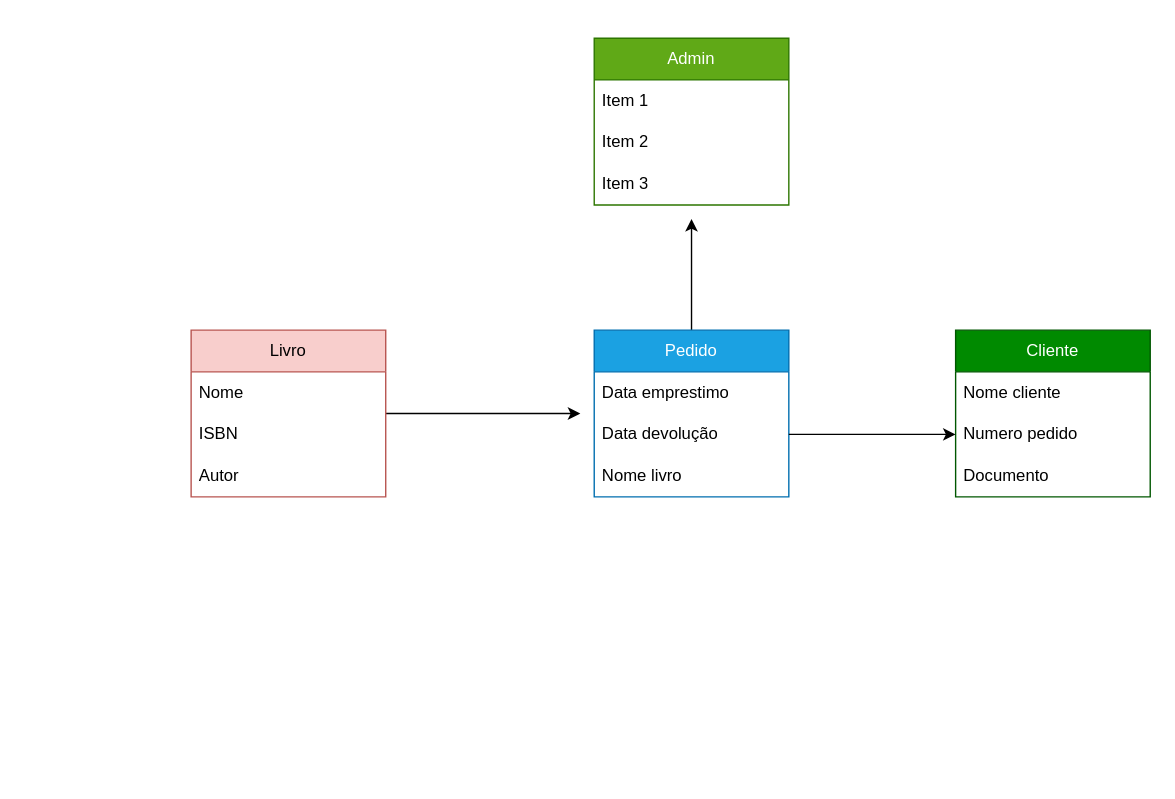
Before: UML-ANHANGUERA.drawio in perseul/draw.io, a draw.io diagram. Source tidied: cells renumbered, new cells numbered last; positions are measured from the earlier drawing's top-left corner, leaving out a move shared by most shapes. Both pictures are drawn from the tidied source at 139%, with x=0, y=0 at pixel (190, 38).
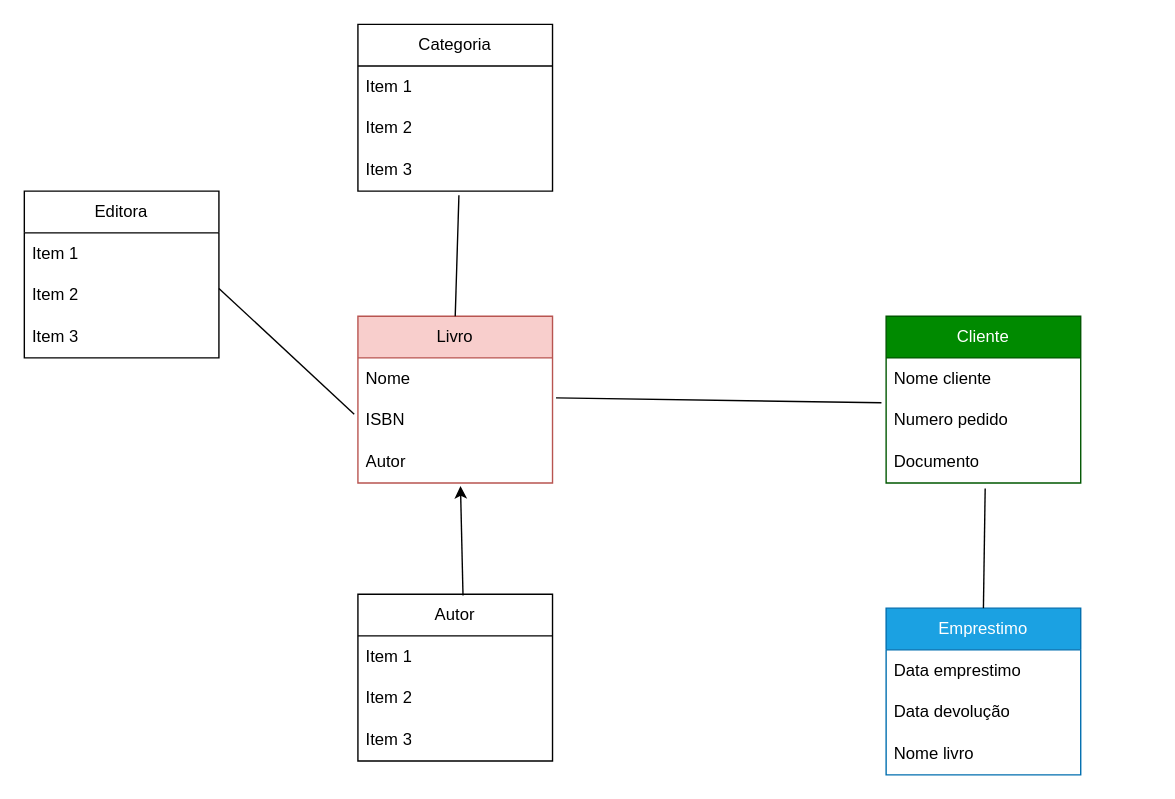
Above is the later version.

Unchanged cells that the change refers to:
```xml
<mxCell id="5" value="ISBN" style="text;strokeColor=none;fillColor=none;align=left;verticalAlign=middle;spacingLeft=4;spacingRight=4;overflow=hidden;points=[[0,0.5],[1,0.5]];portConstraint=eastwest;whiteSpace=wrap;html=1;" parent="3" vertex="1">
  <mxGeometry y="60" width="140" height="30" as="geometry" />
</mxCell>
<mxCell id="6" value="Autor" style="text;strokeColor=none;fillColor=none;align=left;verticalAlign=middle;spacingLeft=4;spacingRight=4;overflow=hidden;points=[[0,0.5],[1,0.5]];portConstraint=eastwest;whiteSpace=wrap;html=1;" parent="3" vertex="1">
  <mxGeometry y="90" width="140" height="30" as="geometry" />
</mxCell>
<mxCell id="10" value="Data devolução" style="text;strokeColor=none;fillColor=none;align=left;verticalAlign=middle;spacingLeft=4;spacingRight=4;overflow=hidden;points=[[0,0.5],[1,0.5]];portConstraint=eastwest;whiteSpace=wrap;html=1;" parent="8" vertex="1">
  <mxGeometry y="60" width="140" height="30" as="geometry" />
</mxCell>
<mxCell id="14" value="Numero pedido" style="text;strokeColor=none;fillColor=none;align=left;verticalAlign=middle;spacingLeft=4;spacingRight=4;overflow=hidden;points=[[0,0.5],[1,0.5]];portConstraint=eastwest;whiteSpace=wrap;html=1;" parent="12" vertex="1">
  <mxGeometry y="60" width="140" height="30" as="geometry" />
</mxCell>
<mxCell id="15" value="Documento" style="text;strokeColor=none;fillColor=none;align=left;verticalAlign=middle;spacingLeft=4;spacingRight=4;overflow=hidden;points=[[0,0.5],[1,0.5]];portConstraint=eastwest;whiteSpace=wrap;html=1;" parent="12" vertex="1">
  <mxGeometry y="90" width="140" height="30" as="geometry" />
</mxCell>
```

What changed in the source:
```diff
@@
-    <mxCell id="2" style="edgeStyle=orthogonalEdgeStyle;rounded=0;jettySize=auto;html=1;" parent="1" edge="1" source="3">
-      <mxGeometry relative="1" as="geometry">
-        <mxPoint x="280" y="270" as="targetPoint" />
-      </mxGeometry>
-    </mxCell>
     <mxCell id="3" value="Livro" style="swimlane;fontStyle=0;horizontal=1;startSize=30;whiteSpace=wrap;html=1;fillColor=#f8cecc;strokeColor=#b85450;" parent="1" vertex="1">
-      <mxGeometry y="210" width="140" height="120" as="geometry" />
+      <mxGeometry x="120" y="200" width="140" height="120" as="geometry" />
     </mxCell>
@@
-    <mxCell id="7" style="edgeStyle=orthogonalEdgeStyle;rounded=0;jettySize=auto;html=1;exitX=0.5;exitY=0;exitDx=0;exitDy=0;" parent="1" edge="1" source="8">
-      <mxGeometry relative="1" as="geometry">
-        <mxPoint x="360" y="130" as="targetPoint" />
-      </mxGeometry>
-    </mxCell>
-    <mxCell id="8" value="Pedido" style="swimlane;fontStyle=0;horizontal=1;startSize=30;whiteSpace=wrap;html=1;fillColor=#1ba1e2;strokeColor=#006EAF;fontColor=#ffffff;" parent="1" vertex="1">
-      <mxGeometry x="290" y="210" width="140" height="120" as="geometry" />
+    <mxCell id="8" value="Emprestimo" style="swimlane;fontStyle=0;horizontal=1;startSize=30;whiteSpace=wrap;html=1;fillColor=#1ba1e2;strokeColor=#006EAF;fontColor=#ffffff;" parent="1" vertex="1">
+      <mxGeometry x="500" y="410" width="140" height="120" as="geometry" />
     </mxCell>
@@
     <mxCell id="12" value="Cliente" style="swimlane;fontStyle=0;horizontal=1;startSize=30;whiteSpace=wrap;html=1;fillColor=#008a00;fontColor=#ffffff;strokeColor=#005700;" parent="1" vertex="1">
-      <mxGeometry x="550" y="210" width="140" height="120" as="geometry" />
+      <mxGeometry x="500" y="200" width="140" height="120" as="geometry" />
     </mxCell>
@@
-    <mxCell id="16" value="Admin" style="swimlane;fontStyle=0;horizontal=1;startSize=30;whiteSpace=wrap;html=1;fillColor=#60a917;fontColor=#ffffff;strokeColor=#2D7600;" parent="1" vertex="1">
-      <mxGeometry x="290" width="140" height="120" as="geometry" />
-    </mxCell>
-    <mxCell id="17" value="Item 1" style="text;strokeColor=none;fillColor=none;align=left;verticalAlign=middle;spacingLeft=4;spacingRight=4;overflow=hidden;whiteSpace=wrap;html=1;" parent="16" vertex="1">
-      <mxGeometry y="30" width="140" height="30" as="geometry" />
-    </mxCell>
-    <mxCell id="18" value="Item 2" style="text;strokeColor=none;fillColor=none;align=left;verticalAlign=middle;spacingLeft=4;spacingRight=4;overflow=hidden;whiteSpace=wrap;html=1;" parent="16" vertex="1">
-      <mxGeometry y="60" width="140" height="30" as="geometry" />
-    </mxCell>
-    <mxCell id="19" value="Item 3" style="text;strokeColor=none;fillColor=none;align=left;verticalAlign=middle;spacingLeft=4;spacingRight=4;overflow=hidden;whiteSpace=wrap;html=1;" parent="16" vertex="1">
-      <mxGeometry y="90" width="140" height="30" as="geometry" />
-    </mxCell>
-    <mxCell id="20" style="edgeStyle=orthogonalEdgeStyle;rounded=0;jettySize=auto;html=1;exitX=1;exitY=0.5;exitDx=0;exitDy=0;entryX=0;entryY=0.5;entryDx=0;entryDy=0;" parent="1" edge="1" source="10" target="14">
-      <mxGeometry relative="1" as="geometry" />
-    </mxCell>
+    <mxCell id="21" value="Autor" style="swimlane;fontStyle=0;horizontal=1;startSize=30;whiteSpace=wrap;html=1;" parent="1" vertex="1">
+      <mxGeometry x="120" y="400" width="140" height="120" as="geometry" />
+    </mxCell>
+    <mxCell id="22" value="Item 1" style="text;strokeColor=none;fillColor=none;align=left;verticalAlign=middle;spacingLeft=4;spacingRight=4;overflow=hidden;whiteSpace=wrap;html=1;" parent="21" vertex="1">
+      <mxGeometry y="30" width="140" height="30" as="geometry" />
+    </mxCell>
+    <mxCell id="23" value="Item 2" style="text;strokeColor=none;fillColor=none;align=left;verticalAlign=middle;spacingLeft=4;spacingRight=4;overflow=hidden;whiteSpace=wrap;html=1;" parent="21" vertex="1">
+      <mxGeometry y="60" width="140" height="30" as="geometry" />
+    </mxCell>
+    <mxCell id="24" value="Item 3" style="text;strokeColor=none;fillColor=none;align=left;verticalAlign=middle;spacingLeft=4;spacingRight=4;overflow=hidden;whiteSpace=wrap;html=1;" parent="21" vertex="1">
+      <mxGeometry y="90" width="140" height="30" as="geometry" />
+    </mxCell>
+    <mxCell id="25" value="Editora" style="swimlane;fontStyle=0;horizontal=1;startSize=30;whiteSpace=wrap;html=1;" parent="1" vertex="1">
+      <mxGeometry x="-120" y="110" width="140" height="120" as="geometry" />
+    </mxCell>
+    <mxCell id="26" value="Item 1" style="text;strokeColor=none;fillColor=none;align=left;verticalAlign=middle;spacingLeft=4;spacingRight=4;overflow=hidden;whiteSpace=wrap;html=1;" parent="25" vertex="1">
+      <mxGeometry y="30" width="140" height="30" as="geometry" />
+    </mxCell>
+    <mxCell id="27" value="Item 2" style="text;strokeColor=none;fillColor=none;align=left;verticalAlign=middle;spacingLeft=4;spacingRight=4;overflow=hidden;whiteSpace=wrap;html=1;" parent="25" vertex="1">
+      <mxGeometry y="60" width="140" height="30" as="geometry" />
+    </mxCell>
+    <mxCell id="28" style="endArrow=none;html=1;rounded=0;exitX=-0.019;exitY=0.352;exitDx=0;exitDy=0;exitPerimeter=0;" parent="25" edge="1" source="5">
+      <mxGeometry relative="1" as="geometry">
+        <mxPoint x="140" y="70" as="targetPoint" />
+      </mxGeometry>
+    </mxCell>
+    <mxCell id="29" value="Item 3" style="text;strokeColor=none;fillColor=none;align=left;verticalAlign=middle;spacingLeft=4;spacingRight=4;overflow=hidden;whiteSpace=wrap;html=1;" parent="25" vertex="1">
+      <mxGeometry y="90" width="140" height="30" as="geometry" />
+    </mxCell>
+    <mxCell id="30" value="Categoria" style="swimlane;fontStyle=0;horizontal=1;startSize=30;whiteSpace=wrap;html=1;" parent="1" vertex="1">
+      <mxGeometry x="120" y="-10" width="140" height="120" as="geometry" />
+    </mxCell>
+    <mxCell id="31" value="Item 1" style="text;strokeColor=none;fillColor=none;align=left;verticalAlign=middle;spacingLeft=4;spacingRight=4;overflow=hidden;whiteSpace=wrap;html=1;" parent="30" vertex="1">
+      <mxGeometry y="30" width="140" height="30" as="geometry" />
+    </mxCell>
+    <mxCell id="32" value="Item 2" style="text;strokeColor=none;fillColor=none;align=left;verticalAlign=middle;spacingLeft=4;spacingRight=4;overflow=hidden;whiteSpace=wrap;html=1;" parent="30" vertex="1">
+      <mxGeometry y="60" width="140" height="30" as="geometry" />
+    </mxCell>
+    <mxCell id="33" value="Item 3" style="text;strokeColor=none;fillColor=none;align=left;verticalAlign=middle;spacingLeft=4;spacingRight=4;overflow=hidden;points=[[0,0.5],[1,0.5]];portConstraint=eastwest;whiteSpace=wrap;html=1;" parent="30" vertex="1">
+      <mxGeometry y="90" width="140" height="30" as="geometry" />
+    </mxCell>
+    <mxCell id="34" style="endArrow=classic;html=1;rounded=0;exitX=0.54;exitY=0.008;exitDx=0;exitDy=0;entryX=0.527;entryY=1.07;entryDx=0;entryDy=0;entryPerimeter=0;exitPerimeter=0;" parent="1" edge="1" source="21" target="6">
+      <mxGeometry relative="1" as="geometry" />
+    </mxCell>
+    <mxCell id="35" style="endArrow=none;html=1;rounded=0;exitX=0.5;exitY=0;exitDx=0;exitDy=0;entryX=0.519;entryY=1.098;entryDx=0;entryDy=0;entryPerimeter=0;" parent="1" edge="1" source="3" target="33">
+      <mxGeometry relative="1" as="geometry" />
+    </mxCell>
+    <mxCell id="36" style="endArrow=none;html=1;rounded=0;exitX=1.018;exitY=-0.043;exitDx=0;exitDy=0;exitPerimeter=0;entryX=-0.024;entryY=0.075;entryDx=0;entryDy=0;entryPerimeter=0;" parent="1" edge="1" source="5" target="14">
+      <mxGeometry relative="1" as="geometry" />
+    </mxCell>
+    <mxCell id="37" style="endArrow=none;html=1;rounded=0;entryX=0.509;entryY=1.13;entryDx=0;entryDy=0;entryPerimeter=0;exitX=0.5;exitY=0;exitDx=0;exitDy=0;" parent="1" edge="1" source="8" target="15">
+      <mxGeometry relative="1" as="geometry" />
+    </mxCell>
```
